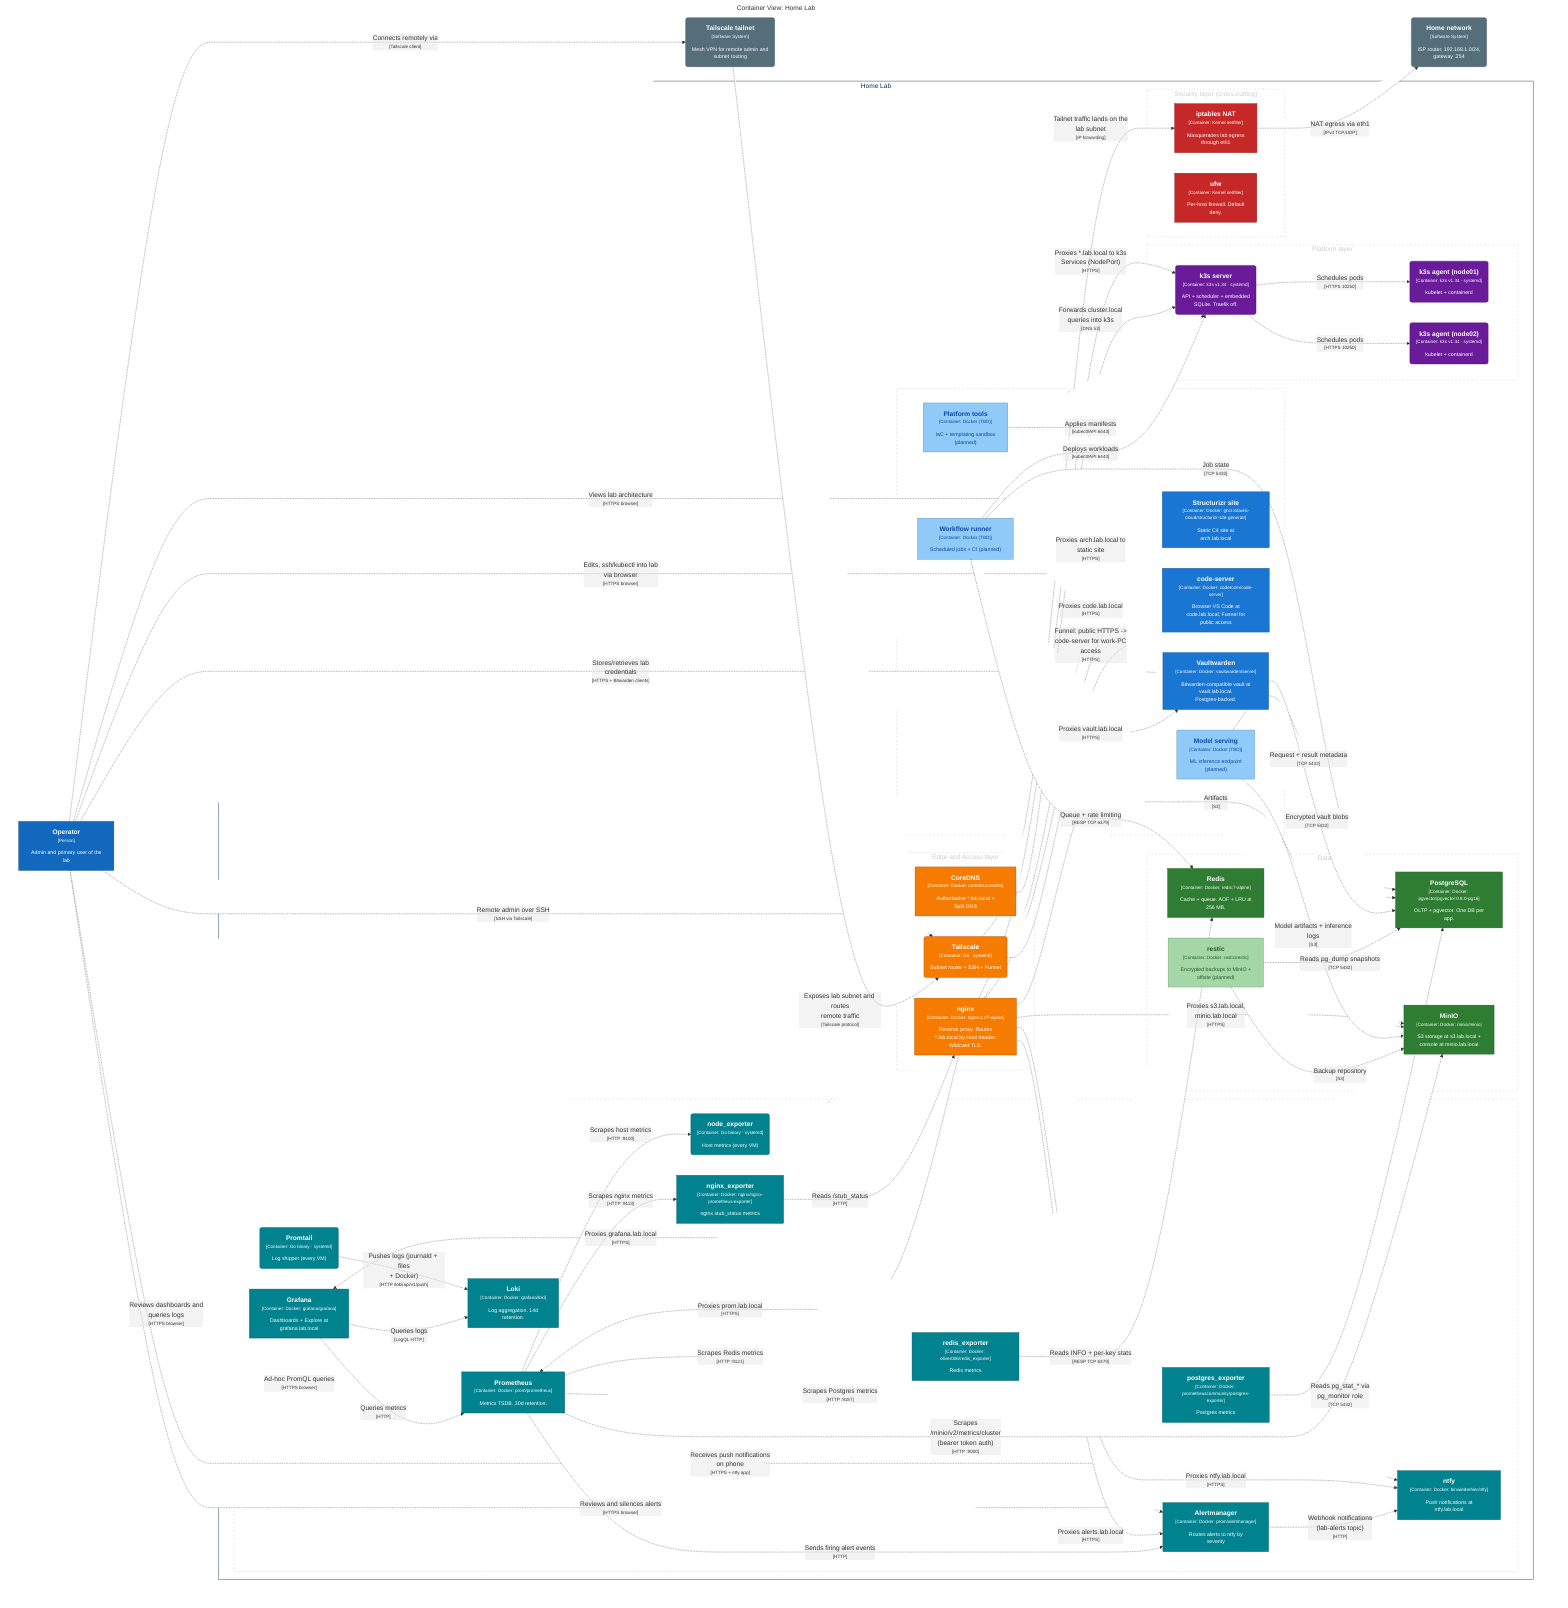
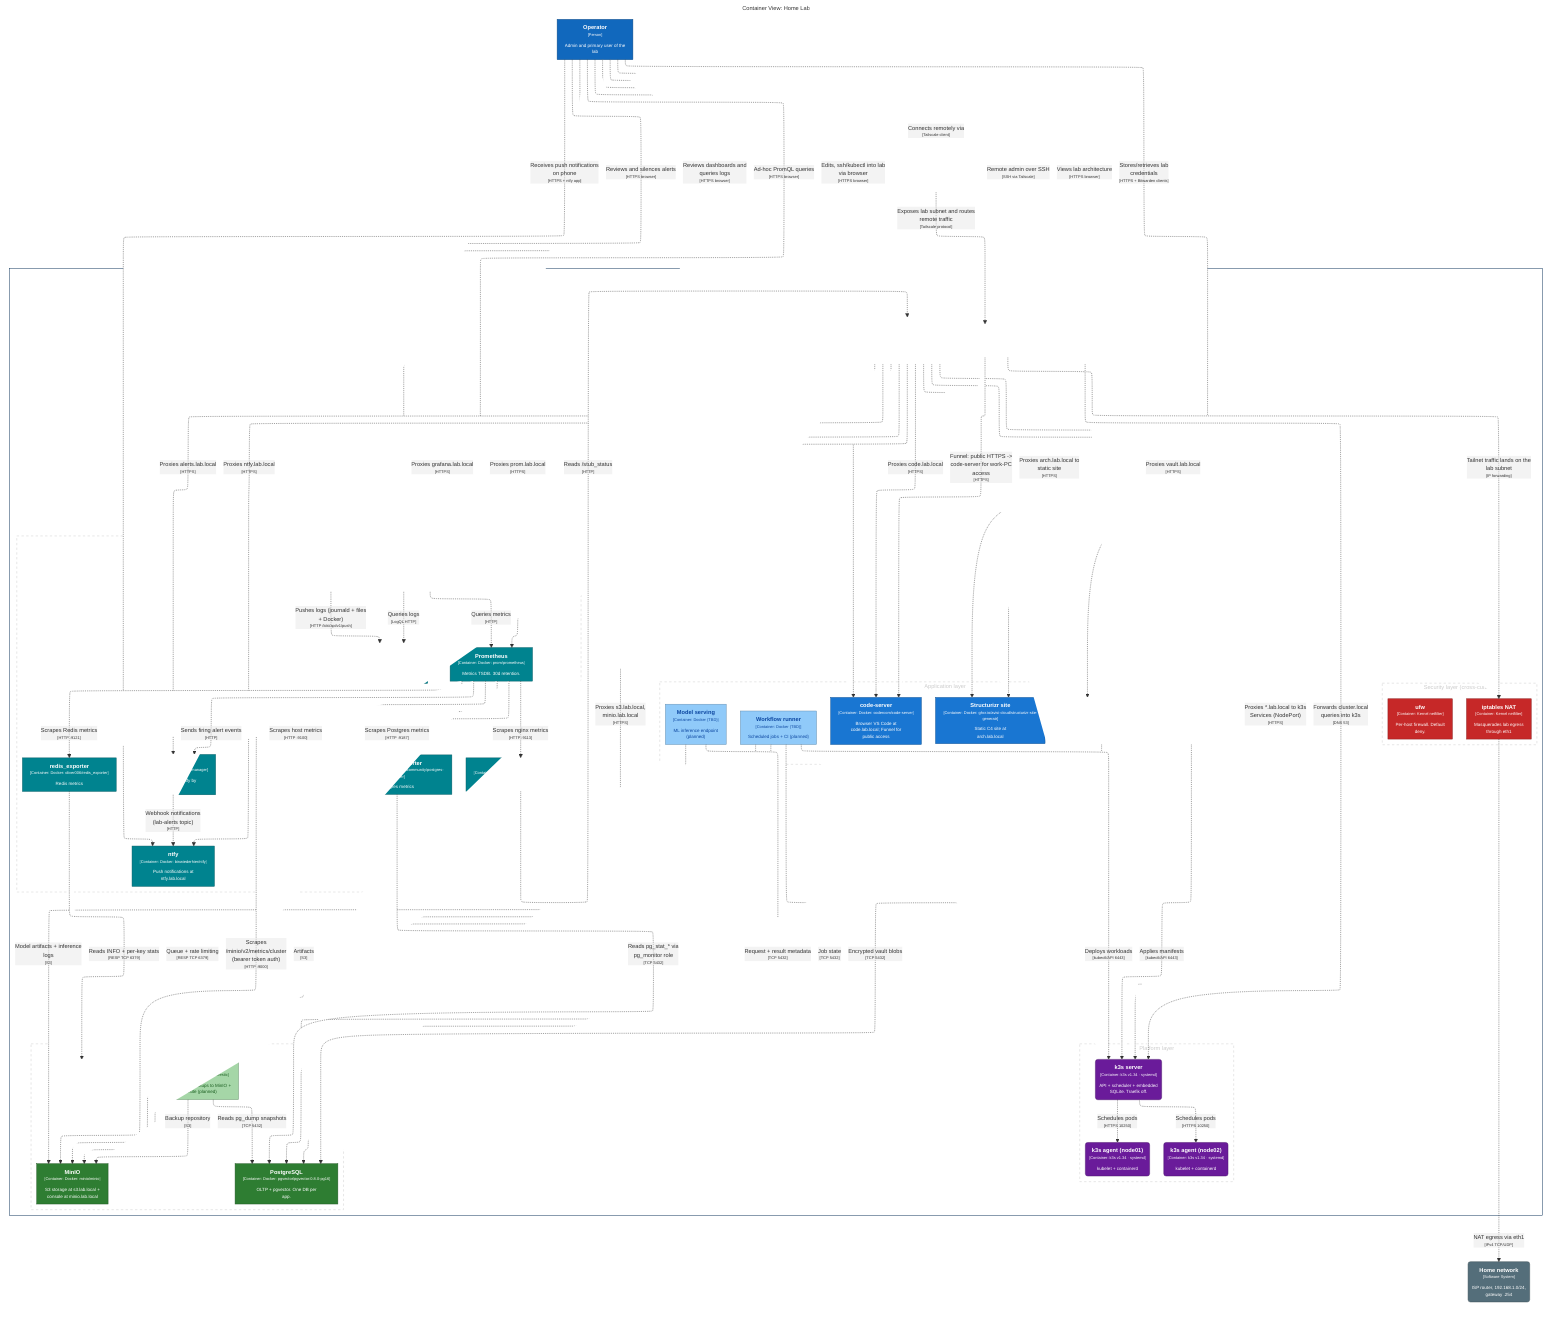
+ %%{init: {
+   "theme": "default",
+   "themeVariables": {"fontSize": "12px", "fontFamily": "arial"},
+   "flowchart": {
+     "defaultRenderer": "elk",
+     "rankSpacing": 50,
+     "nodeSpacing": 30,
+     "padding": 8,
+     "curve": "basis"
+   }
+ }}%%
graph TB
  linkStyle default fill:#ffffff

  subgraph diagram ["Container View: Home Lab"]
    style diagram fill:#ffffff,stroke:#ffffff

    1["<div style='font-weight: bold'>Operator</div><div style='font-size: 70%; margin-top: 0px'>[Person]</div><div style='font-size: 80%; margin-top:10px'>Admin and primary user of the<br />lab</div>"]
    style 1 fill:#1168bd,stroke:#0b4884,color:#ffffff
    3("<div style='font-weight: bold'>Home network</div><div style='font-size: 70%; margin-top: 0px'>[Software System]</div><div style='font-size: 80%; margin-top:10px'>ISP router, 192.168.1.0/24,<br />gateway .254</div>")
    style 3 fill:#546e7a,stroke:#3a4d55,color:#ffffff
    4("<div style='font-weight: bold'>Tailscale tailnet</div><div style='font-size: 70%; margin-top: 0px'>[Software System]</div><div style='font-size: 80%; margin-top:10px'>Mesh VPN for remote admin and<br />subnet routing</div>")
    style 4 fill:#546e7a,stroke:#3a4d55,color:#ffffff

    subgraph 5 ["Home Lab"]
      style 5 fill:#ffffff,stroke:#052e56,color:#052e56

      subgraph group1 ["Application layer"]
        style group1 fill:#ffffff,stroke:#cccccc,color:#cccccc,stroke-dasharray:5

        10["<div style='font-weight: bold'>Platform tools</div><div style='font-size: 70%; margin-top: 0px'>[Container: Docker (TBD)]</div><div style='font-size: 80%; margin-top:10px'>IaC + templating sandbox<br />(planned)</div>"]
        style 10 fill:#90caf9,stroke:#648dae,color:#0d47a1
        11["<div style='font-weight: bold'>Model serving</div><div style='font-size: 70%; margin-top: 0px'>[Container: Docker (TBD)]</div><div style='font-size: 80%; margin-top:10px'>ML inference endpoint<br />(planned)</div>"]
        style 11 fill:#90caf9,stroke:#648dae,color:#0d47a1
        12["<div style='font-weight: bold'>Structurizr site</div><div style='font-size: 70%; margin-top: 0px'>[Container: Docker: ghcr.io/avisi-cloud/structurizr-site-generatr]</div><div style='font-size: 80%; margin-top:10px'>Static C4 site at<br />arch.lab.local</div>"]
        style 12 fill:#1976d2,stroke:#115293,color:#ffffff
        13["<div style='font-weight: bold'>code-server</div><div style='font-size: 70%; margin-top: 0px'>[Container: Docker: codercom/code-server]</div><div style='font-size: 80%; margin-top:10px'>Browser VS Code at<br />code.lab.local; Funnel for<br />public access</div>"]
        style 13 fill:#1976d2,stroke:#115293,color:#ffffff
        14["<div style='font-weight: bold'>Vaultwarden</div><div style='font-size: 70%; margin-top: 0px'>[Container: Docker: vaultwarden/server]</div><div style='font-size: 80%; margin-top:10px'>Bitwarden-compatible vault at<br />vault.lab.local.<br />Postgres-backed.</div>"]
        style 14 fill:#1976d2,stroke:#115293,color:#ffffff
        9["<div style='font-weight: bold'>Workflow runner</div><div style='font-size: 70%; margin-top: 0px'>[Container: Docker (TBD)]</div><div style='font-size: 80%; margin-top:10px'>Scheduled jobs + CI (planned)</div>"]
        style 9 fill:#90caf9,stroke:#648dae,color:#0d47a1
      end

      subgraph group2 ["Data layer"]
        style group2 fill:#ffffff,stroke:#cccccc,color:#cccccc,stroke-dasharray:5

        18["<div style='font-weight: bold'>PostgreSQL</div><div style='font-size: 70%; margin-top: 0px'>[Container: Docker: pgvector/pgvector:0.8.0-pg16]</div><div style='font-size: 80%; margin-top:10px'>OLTP + pgvector. One DB per<br />app.</div>"]
        style 18 fill:#2e7d32,stroke:#205723,color:#ffffff
        19["<div style='font-weight: bold'>MinIO</div><div style='font-size: 70%; margin-top: 0px'>[Container: Docker: minio/minio]</div><div style='font-size: 80%; margin-top:10px'>S3 storage at s3.lab.local +<br />console at minio.lab.local</div>"]
        style 19 fill:#2e7d32,stroke:#205723,color:#ffffff
        20["<div style='font-weight: bold'>Redis</div><div style='font-size: 70%; margin-top: 0px'>[Container: Docker: redis:7-alpine]</div><div style='font-size: 80%; margin-top:10px'>Cache + queue. AOF + LRU at<br />256 MB.</div>"]
        style 20 fill:#2e7d32,stroke:#205723,color:#ffffff
        21["<div style='font-weight: bold'>restic</div><div style='font-size: 70%; margin-top: 0px'>[Container: Docker: restic/restic]</div><div style='font-size: 80%; margin-top:10px'>Encrypted backups to MinIO +<br />offsite (planned)</div>"]
        style 21 fill:#a5d6a7,stroke:#739574,color:#1b5e20
      end

      subgraph group3 ["Edge and Access layer"]
        style group3 fill:#ffffff,stroke:#cccccc,color:#cccccc,stroke-dasharray:5

        6("<div style='font-weight: bold'>Tailscale</div><div style='font-size: 70%; margin-top: 0px'>[Container: Go · systemd]</div><div style='font-size: 80%; margin-top:10px'>Subnet router + SSH + Funnel</div>")
        style 6 fill:#f57c00,stroke:#ab5600,color:#ffffff
        7["<div style='font-weight: bold'>CoreDNS</div><div style='font-size: 70%; margin-top: 0px'>[Container: Docker: coredns/coredns]</div><div style='font-size: 80%; margin-top:10px'>Authoritative *.lab.local +<br />Split DNS</div>"]
        style 7 fill:#f57c00,stroke:#ab5600,color:#ffffff
        8["<div style='font-weight: bold'>nginx</div><div style='font-size: 70%; margin-top: 0px'>[Container: Docker: nginx:1.27-alpine]</div><div style='font-size: 80%; margin-top:10px'>Reverse proxy. Routes<br />*.lab.local by Host header.<br />Wildcard TLS.</div>"]
        style 8 fill:#f57c00,stroke:#ab5600,color:#ffffff
      end

      subgraph group4 ["Observability layer (cross-cutting)"]
        style group4 fill:#ffffff,stroke:#cccccc,color:#cccccc,stroke-dasharray:5

        24["<div style='font-weight: bold'>Prometheus</div><div style='font-size: 70%; margin-top: 0px'>[Container: Docker: prom/prometheus]</div><div style='font-size: 80%; margin-top:10px'>Metrics TSDB. 30d retention.</div>"]
        style 24 fill:#00838f,stroke:#005b64,color:#ffffff
        25["<div style='font-weight: bold'>Grafana</div><div style='font-size: 70%; margin-top: 0px'>[Container: Docker: grafana/grafana]</div><div style='font-size: 80%; margin-top:10px'>Dashboards + Explore at<br />grafana.lab.local</div>"]
        style 25 fill:#00838f,stroke:#005b64,color:#ffffff
        26["<div style='font-weight: bold'>Loki</div><div style='font-size: 70%; margin-top: 0px'>[Container: Docker: grafana/loki]</div><div style='font-size: 80%; margin-top:10px'>Log aggregation. 14d<br />retention.</div>"]
        style 26 fill:#00838f,stroke:#005b64,color:#ffffff
        27["<div style='font-weight: bold'>Alertmanager</div><div style='font-size: 70%; margin-top: 0px'>[Container: Docker: prom/alertmanager]</div><div style='font-size: 80%; margin-top:10px'>Routes alerts to ntfy by<br />severity</div>"]
        style 27 fill:#00838f,stroke:#005b64,color:#ffffff
        28["<div style='font-weight: bold'>ntfy</div><div style='font-size: 70%; margin-top: 0px'>[Container: Docker: binwiederhier/ntfy]</div><div style='font-size: 80%; margin-top:10px'>Push notifications at<br />ntfy.lab.local</div>"]
        style 28 fill:#00838f,stroke:#005b64,color:#ffffff
        29("<div style='font-weight: bold'>node_exporter</div><div style='font-size: 70%; margin-top: 0px'>[Container: Go binary · systemd]</div><div style='font-size: 80%; margin-top:10px'>Host metrics (every VM)</div>")
        style 29 fill:#00838f,stroke:#005b64,color:#ffffff
        30("<div style='font-weight: bold'>Promtail</div><div style='font-size: 70%; margin-top: 0px'>[Container: Go binary · systemd]</div><div style='font-size: 80%; margin-top:10px'>Log shipper (every VM)</div>")
        style 30 fill:#00838f,stroke:#005b64,color:#ffffff
        31["<div style='font-weight: bold'>postgres_exporter</div><div style='font-size: 70%; margin-top: 0px'>[Container: Docker: prometheuscommunity/postgres-exporter]</div><div style='font-size: 80%; margin-top:10px'>Postgres metrics</div>"]
        style 31 fill:#00838f,stroke:#005b64,color:#ffffff
        32["<div style='font-weight: bold'>redis_exporter</div><div style='font-size: 70%; margin-top: 0px'>[Container: Docker: oliver006/redis_exporter]</div><div style='font-size: 80%; margin-top:10px'>Redis metrics</div>"]
        style 32 fill:#00838f,stroke:#005b64,color:#ffffff
        33["<div style='font-weight: bold'>nginx_exporter</div><div style='font-size: 70%; margin-top: 0px'>[Container: Docker: nginx/nginx-prometheus-exporter]</div><div style='font-size: 80%; margin-top:10px'>nginx stub_status metrics</div>"]
        style 33 fill:#00838f,stroke:#005b64,color:#ffffff
      end

      subgraph group5 ["Platform layer"]
        style group5 fill:#ffffff,stroke:#cccccc,color:#cccccc,stroke-dasharray:5

        15("<div style='font-weight: bold'>k3s server</div><div style='font-size: 70%; margin-top: 0px'>[Container: k3s v1.34 · systemd]</div><div style='font-size: 80%; margin-top:10px'>API + scheduler + embedded<br />SQLite. Traefik off.</div>")
        style 15 fill:#6a1b9a,stroke:#4a126b,color:#ffffff
        16("<div style='font-weight: bold'>k3s agent (node01)</div><div style='font-size: 70%; margin-top: 0px'>[Container: k3s v1.34 · systemd]</div><div style='font-size: 80%; margin-top:10px'>kubelet + containerd</div>")
        style 16 fill:#6a1b9a,stroke:#4a126b,color:#ffffff
        17("<div style='font-weight: bold'>k3s agent (node02)</div><div style='font-size: 70%; margin-top: 0px'>[Container: k3s v1.34 · systemd]</div><div style='font-size: 80%; margin-top:10px'>kubelet + containerd</div>")
        style 17 fill:#6a1b9a,stroke:#4a126b,color:#ffffff
      end

      subgraph group6 ["Security layer (cross-cutting)"]
        style group6 fill:#ffffff,stroke:#cccccc,color:#cccccc,stroke-dasharray:5

        22["<div style='font-weight: bold'>iptables NAT</div><div style='font-size: 70%; margin-top: 0px'>[Container: Kernel netfilter]</div><div style='font-size: 80%; margin-top:10px'>Masquerades lab egress<br />through eth1</div>"]
        style 22 fill:#c62828,stroke:#8a1c1c,color:#ffffff
        23["<div style='font-weight: bold'>ufw</div><div style='font-size: 70%; margin-top: 0px'>[Container: Kernel netfilter]</div><div style='font-size: 80%; margin-top:10px'>Per-host firewall. Default<br />deny.</div>"]
        style 23 fill:#c62828,stroke:#8a1c1c,color:#ffffff
      end

    end

    1-. "<div>Connects remotely via</div><div style='font-size: 70%'>[Tailscale client]</div>" .->4
    1-. "<div>Remote admin over SSH</div><div style='font-size: 70%'>[SSH via Tailscale]</div>" .->6
    1-. "<div>Views lab architecture</div><div style='font-size: 70%'>[HTTPS browser]</div>" .->12
    1-. "<div>Edits, ssh/kubectl into lab<br />via browser</div><div style='font-size: 70%'>[HTTPS browser]</div>" .->13
    1-. "<div>Stores/retrieves lab<br />credentials</div><div style='font-size: 70%'>[HTTPS + Bitwarden clients]</div>" .->14
    1-. "<div>Reviews dashboards and<br />queries logs</div><div style='font-size: 70%'>[HTTPS browser]</div>" .->25
    1-. "<div>Ad-hoc PromQL queries</div><div style='font-size: 70%'>[HTTPS browser]</div>" .->24
    1-. "<div>Reviews and silences alerts</div><div style='font-size: 70%'>[HTTPS browser]</div>" .->27
    1-. "<div>Receives push notifications<br />on phone</div><div style='font-size: 70%'>[HTTPS + ntfy app]</div>" .->28
    4-. "<div>Exposes lab subnet and routes<br />remote traffic</div><div style='font-size: 70%'>[Tailscale protocol]</div>" .->6
    22-. "<div>NAT egress via eth1</div><div style='font-size: 70%'>[IPv4 TCP/UDP]</div>" .->3
    6-. "<div>Tailnet traffic lands on the<br />lab subnet</div><div style='font-size: 70%'>[IP forwarding]</div>" .->22
    8-. "<div>Proxies *.lab.local to k3s<br />Services (NodePort)</div><div style='font-size: 70%'>[HTTPS]</div>" .->15
    8-. "<div>Proxies arch.lab.local to<br />static site</div><div style='font-size: 70%'>[HTTPS]</div>" .->12
    8-. "<div>Proxies code.lab.local</div><div style='font-size: 70%'>[HTTPS]</div>" .->13
    8-. "<div>Proxies vault.lab.local</div><div style='font-size: 70%'>[HTTPS]</div>" .->14
    8-. "<div>Proxies s3.lab.local,<br />minio.lab.local</div><div style='font-size: 70%'>[HTTPS]</div>" .->19
    8-. "<div>Proxies grafana.lab.local</div><div style='font-size: 70%'>[HTTPS]</div>" .->25
    8-. "<div>Proxies prom.lab.local</div><div style='font-size: 70%'>[HTTPS]</div>" .->24
    8-. "<div>Proxies alerts.lab.local</div><div style='font-size: 70%'>[HTTPS]</div>" .->27
    8-. "<div>Proxies ntfy.lab.local</div><div style='font-size: 70%'>[HTTPS]</div>" .->28
    6-. "<div>Funnel: public HTTPS -><br />code-server for work-PC<br />access</div><div style='font-size: 70%'>[HTTPS]</div>" .->13
    7-. "<div>Forwards cluster.local<br />queries into k3s</div><div style='font-size: 70%'>[DNS 53]</div>" .->15
    15-. "<div>Schedules pods</div><div style='font-size: 70%'>[HTTPS 10250]</div>" .->16
    15-. "<div>Schedules pods</div><div style='font-size: 70%'>[HTTPS 10250]</div>" .->17
    9-. "<div>Job state</div><div style='font-size: 70%'>[TCP 5432]</div>" .->18
    9-. "<div>Artifacts</div><div style='font-size: 70%'>[S3]</div>" .->19
    9-. "<div>Queue + rate limiting</div><div style='font-size: 70%'>[RESP TCP 6379]</div>" .->20
    11-. "<div>Model artifacts + inference<br />logs</div><div style='font-size: 70%'>[S3]</div>" .->19
    11-. "<div>Request + result metadata</div><div style='font-size: 70%'>[TCP 5432]</div>" .->18
    14-. "<div>Encrypted vault blobs</div><div style='font-size: 70%'>[TCP 5432]</div>" .->18
    10-. "<div>Applies manifests</div><div style='font-size: 70%'>[kubectl/API 6443]</div>" .->15
    9-. "<div>Deploys workloads</div><div style='font-size: 70%'>[kubectl/API 6443]</div>" .->15
    24-. "<div>Scrapes host metrics</div><div style='font-size: 70%'>[HTTP :9100]</div>" .->29
    24-. "<div>Scrapes Postgres metrics</div><div style='font-size: 70%'>[HTTP :9187]</div>" .->31
    24-. "<div>Scrapes Redis metrics</div><div style='font-size: 70%'>[HTTP :9121]</div>" .->32
    24-. "<div>Scrapes nginx metrics</div><div style='font-size: 70%'>[HTTP :9113]</div>" .->33
    24-. "<div>Scrapes<br />/minio/v2/metrics/cluster<br />(bearer token auth)</div><div style='font-size: 70%'>[HTTP :9000]</div>" .->19
    24-. "<div>Sends firing alert events</div><div style='font-size: 70%'>[HTTP]</div>" .->27
    27-. "<div>Webhook notifications<br />(lab-alerts topic)</div><div style='font-size: 70%'>[HTTP]</div>" .->28
    30-. "<div>Pushes logs (journald + files<br />+ Docker)</div><div style='font-size: 70%'>[HTTP /loki/api/v1/push]</div>" .->26
    25-. "<div>Queries metrics</div><div style='font-size: 70%'>[HTTP]</div>" .->24
    25-. "<div>Queries logs</div><div style='font-size: 70%'>[LogQL HTTP]</div>" .->26
    31-. "<div>Reads pg_stat_* via<br />pg_monitor role</div><div style='font-size: 70%'>[TCP 5432]</div>" .->18
    32-. "<div>Reads INFO + per-key stats</div><div style='font-size: 70%'>[RESP TCP 6379]</div>" .->20
    33-. "<div>Reads /stub_status</div><div style='font-size: 70%'>[HTTP]</div>" .->8
    21-. "<div>Reads pg_dump snapshots</div><div style='font-size: 70%'>[TCP 5432]</div>" .->18
    21-. "<div>Backup repository</div><div style='font-size: 70%'>[S3]</div>" .->19

  end